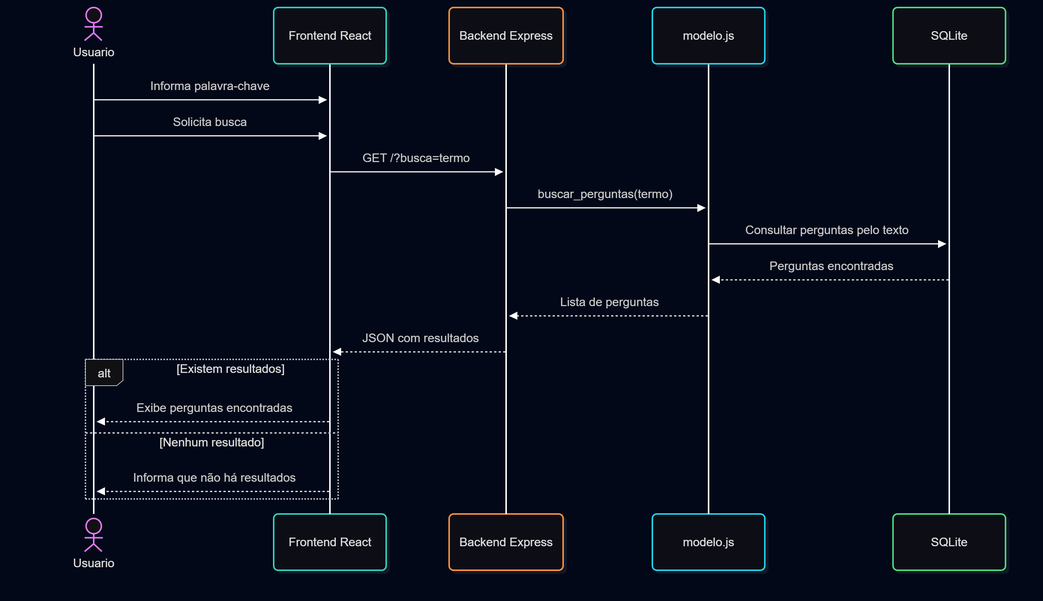
Earlier version of the Mermaid export diagrama_sequencia.png (diastsx/esmforum). Its source is kept beside it as diagrama_sequencia.mmd. Its diagram source:
```mermaid
sequenceDiagram
    actor Usuario
    participant Frontend as Frontend React
    participant Backend as Backend Express
    participant Modelo as modelo.js
    participant Banco as SQLite

    Usuario->>Frontend: Informa palavra-chave
    Usuario->>Frontend: Solicita busca

    Frontend->>Backend: GET /?busca=termo
    Backend->>Modelo: buscar_perguntas(termo)
    Modelo->>Banco: Consultar perguntas pelo texto
    Banco-->>Modelo: Perguntas encontradas
    Modelo-->>Backend: Lista de perguntas
    Backend-->>Frontend: JSON com resultados

    alt Existem resultados
        Frontend-->>Usuario: Exibe perguntas encontradas
    else Nenhum resultado
        Frontend-->>Usuario: Informa que não há resultados
    end
```
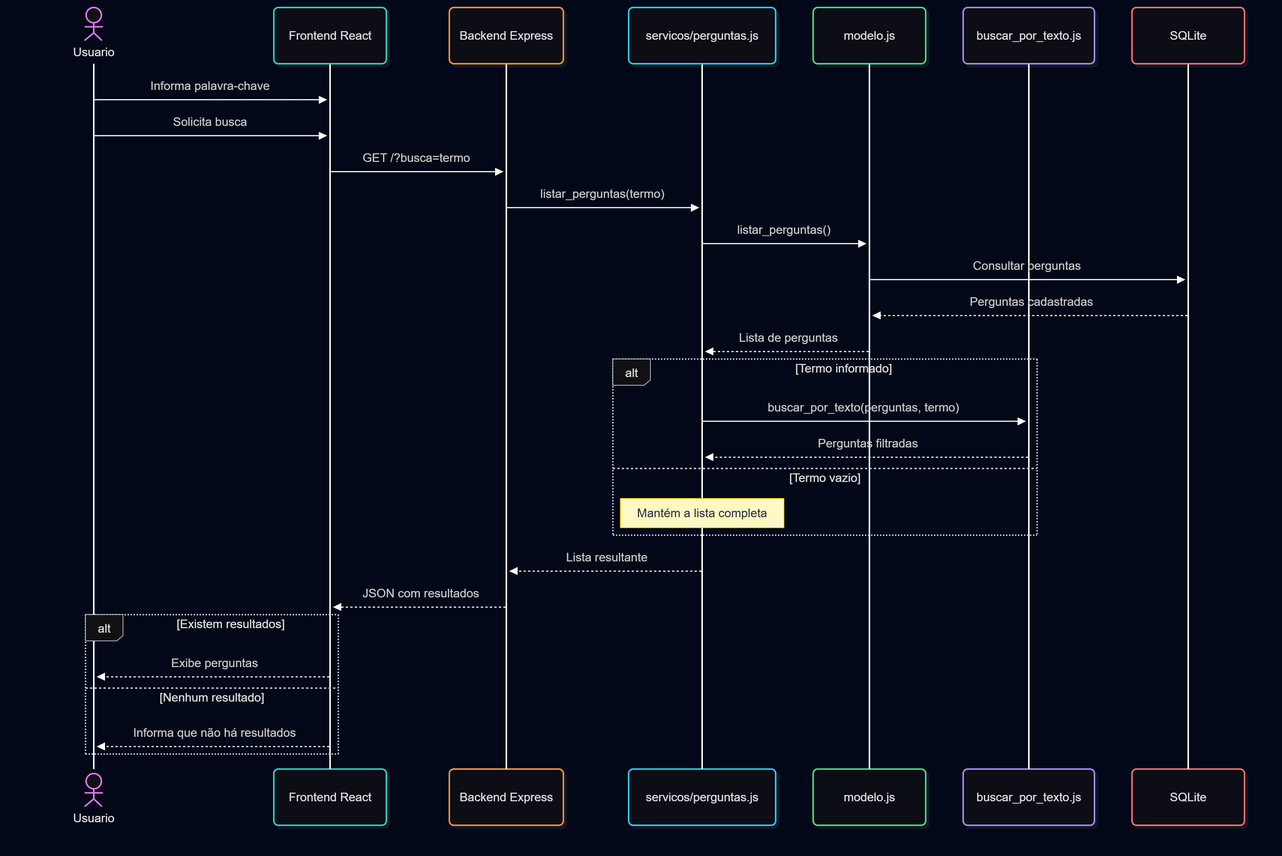
The same diagram one commit later.

Change to the diagram source:
```diff
@@ -2,21 +2,33 @@
     actor Usuario
     participant Frontend as Frontend React
     participant Backend as Backend Express
+    participant Servico as servicos/perguntas.js
     participant Modelo as modelo.js
+    participant Estrategia as buscar_por_texto.js
     participant Banco as SQLite
 
     Usuario->>Frontend: Informa palavra-chave
     Usuario->>Frontend: Solicita busca
+    Frontend->>Backend: GET /?busca=termo
 
-    Frontend->>Backend: GET /?busca=termo
-    Backend->>Modelo: buscar_perguntas(termo)
-    Modelo->>Banco: Consultar perguntas pelo texto
-    Banco-->>Modelo: Perguntas encontradas
-    Modelo-->>Backend: Lista de perguntas
+    Backend->>Servico: listar_perguntas(termo)
+    Servico->>Modelo: listar_perguntas()
+    Modelo->>Banco: Consultar perguntas
+    Banco-->>Modelo: Perguntas cadastradas
+    Modelo-->>Servico: Lista de perguntas
+
+    alt Termo informado
+        Servico->>Estrategia: buscar_por_texto(perguntas, termo)
+        Estrategia-->>Servico: Perguntas filtradas
+    else Termo vazio
+        Note over Servico: Mantém a lista completa
+    end
+
+    Servico-->>Backend: Lista resultante
     Backend-->>Frontend: JSON com resultados
 
     alt Existem resultados
-        Frontend-->>Usuario: Exibe perguntas encontradas
+        Frontend-->>Usuario: Exibe perguntas
     else Nenhum resultado
         Frontend-->>Usuario: Informa que não há resultados
     end
```
